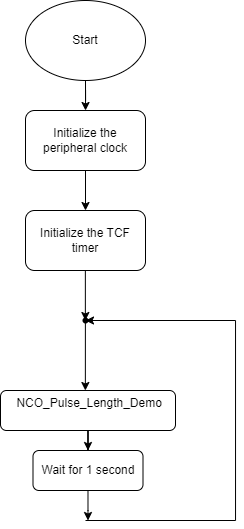
Earlier version of the draw.io export images/ncoFixedDutyCycleFlowchart.png (microchip-pic-avr-examples/avr16eb32-getting-started-with-tcf-mplab-bare-metal). Source tidied: cells renumbered, new cells last; positions are measured from the earlier drawing's top-left corner, leaving out a move shared by most shapes.
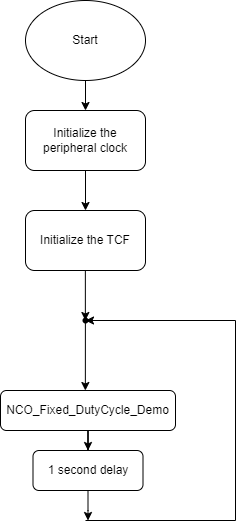
The same diagram one commit later.

What changed in the source:
```diff
@@ -14,13 +14,13 @@
     <mxCell id="5" value="Initialize the peripheral clock" style="rounded=1;whiteSpace=wrap;html=1;" parent="1" vertex="1">
       <mxGeometry x="25" y="110" width="120" height="60" as="geometry" />
     </mxCell>
-    <mxCell id="6" value="Initialize the TCF timer" style="rounded=1;whiteSpace=wrap;html=1;" parent="1" vertex="1">
+    <mxCell id="6" value="Initialize the TCF" style="rounded=1;whiteSpace=wrap;html=1;" parent="1" vertex="1">
       <mxGeometry x="25" y="210" width="120" height="60" as="geometry" />
     </mxCell>
     <mxCell id="7" style="edgeStyle=orthogonalEdgeStyle;rounded=0;jettySize=auto;html=1;" parent="1" edge="1" source="8" target="15">
       <mxGeometry relative="1" as="geometry" />
     </mxCell>
-    <mxCell id="8" value="&lt;div&gt;&amp;nbsp;NCO_Pulse_Length_Demo&lt;/div&gt;&lt;div&gt;&lt;br&gt;&lt;/div&gt;" style="rounded=1;whiteSpace=wrap;html=1;" parent="1" vertex="1">
+    <mxCell id="8" value="&lt;div&gt;NCO_Fixed_DutyCycle_Demo&lt;br&gt;&lt;/div&gt;" style="rounded=1;whiteSpace=wrap;html=1;" parent="1" vertex="1">
       <mxGeometry y="390" width="175" height="40" as="geometry" />
     </mxCell>
     <mxCell id="9" style="endArrow=classic;html=1;rounded=0;" parent="1" edge="1">
@@ -58,7 +58,7 @@
         <mxPoint x="87.5" y="520" as="targetPoint" />
       </mxGeometry>
     </mxCell>
-    <mxCell id="15" value="Wait for 1 second" style="rounded=1;whiteSpace=wrap;html=1;" parent="1" vertex="1">
+    <mxCell id="15" value="1 second delay" style="rounded=1;whiteSpace=wrap;html=1;" parent="1" vertex="1">
       <mxGeometry x="32.5" y="450" width="110" height="40" as="geometry" />
     </mxCell>
   </root>
```
